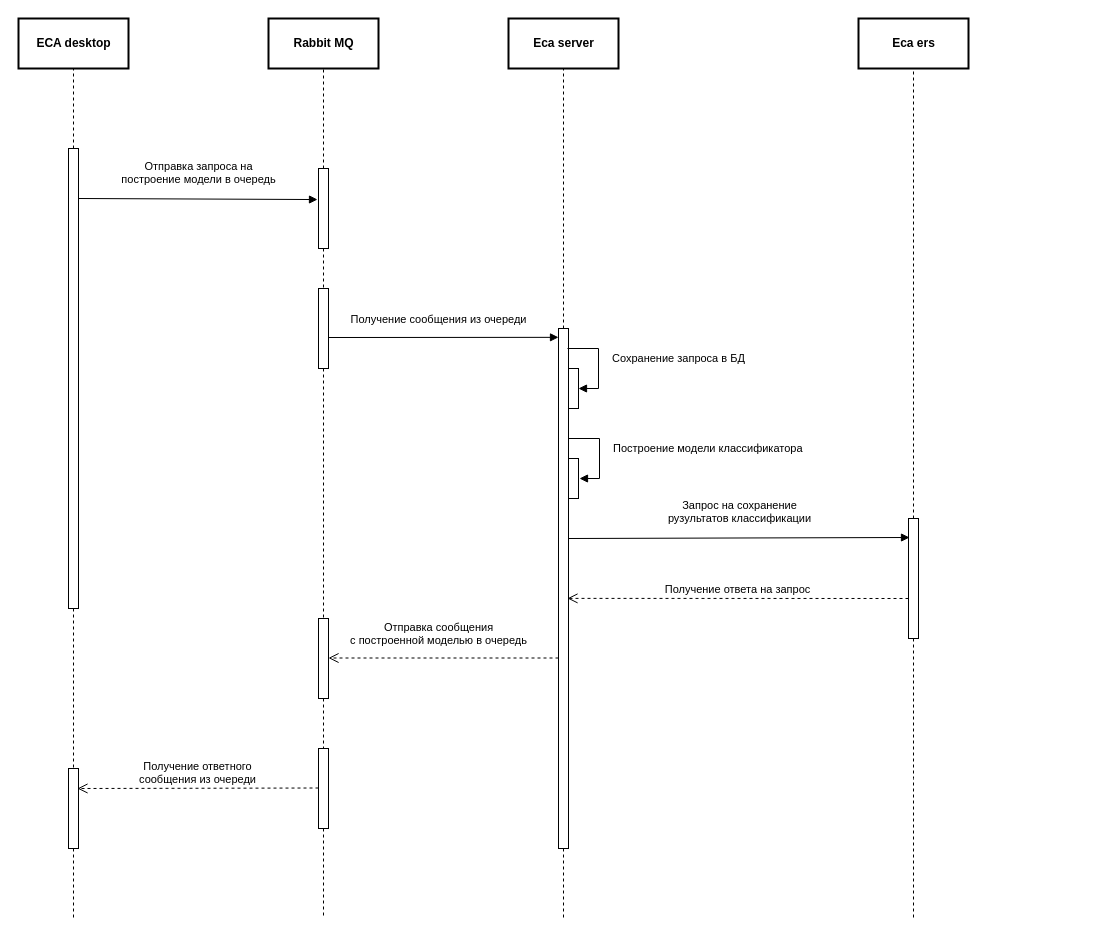
The draw.io diagram doc/schemas/Evaluation request sequence.drawio in Stonnos/eca-service, before the edit. Source tidied: cells renumbered, new cells numbered last; positions are measured from the earlier drawing's top-left corner, leaving out a move shared by most shapes. Both pictures are drawn from the tidied source at 100%, with x=0, y=0 at pixel (18, 18).
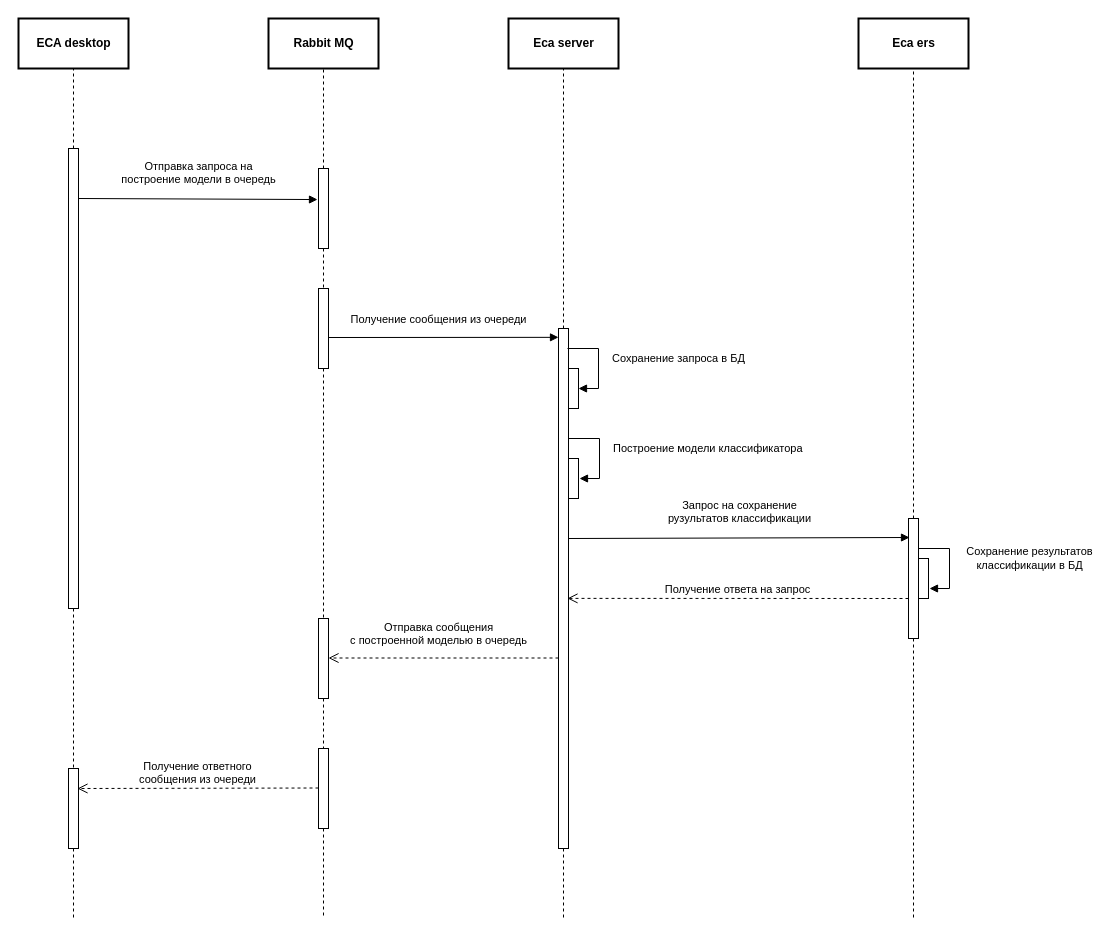
The same diagram, later.

What changed in the source:
```diff
@@
+    <mxCell id="37" style="html=1;perimeter=orthogonalPerimeter;" parent="1" vertex="1">
+      <mxGeometry x="900" y="540" width="10" height="40" as="geometry" />
+    </mxCell>
+    <mxCell id="38" value="Сохранение результатов&lt;br&gt;классификации в БД" style="edgeStyle=orthogonalEdgeStyle;html=1;align=center;spacingLeft=2;endArrow=block;rounded=0;strokeColor=#000000;" parent="1" edge="1">
+      <mxGeometry x="-0.1" y="79" relative="1" as="geometry">
+        <mxPoint x="900" y="530" as="sourcePoint" />
+        <mxPoint x="911" y="570" as="targetPoint" />
+        <Array as="points">
+          <mxPoint x="900" y="530" />
+          <mxPoint x="931" y="530" />
+          <mxPoint x="931" y="570" />
+        </Array>
+      </mxGeometry>
+    </mxCell>
```
